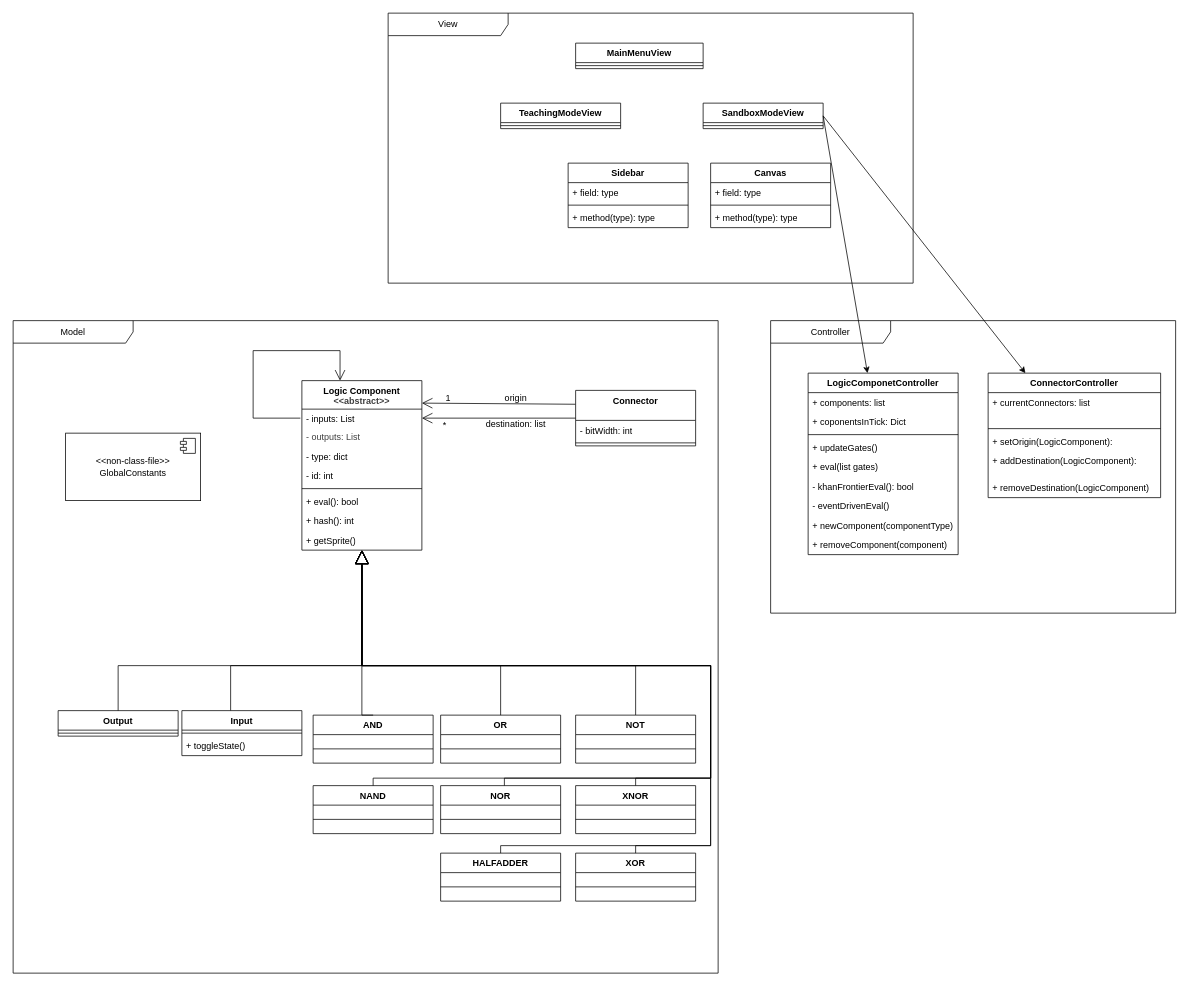
The draw.io diagram classDiagram.drawio in Vlogenz/ICT-Project, before the edit. Source tidied: cells renumbered, new cells numbered last; positions are measured from the earlier drawing's top-left corner, leaving out a move shared by most shapes. Both pictures are drawn from the tidied source at 75%, with x=0, y=0 at pixel (13, 13).
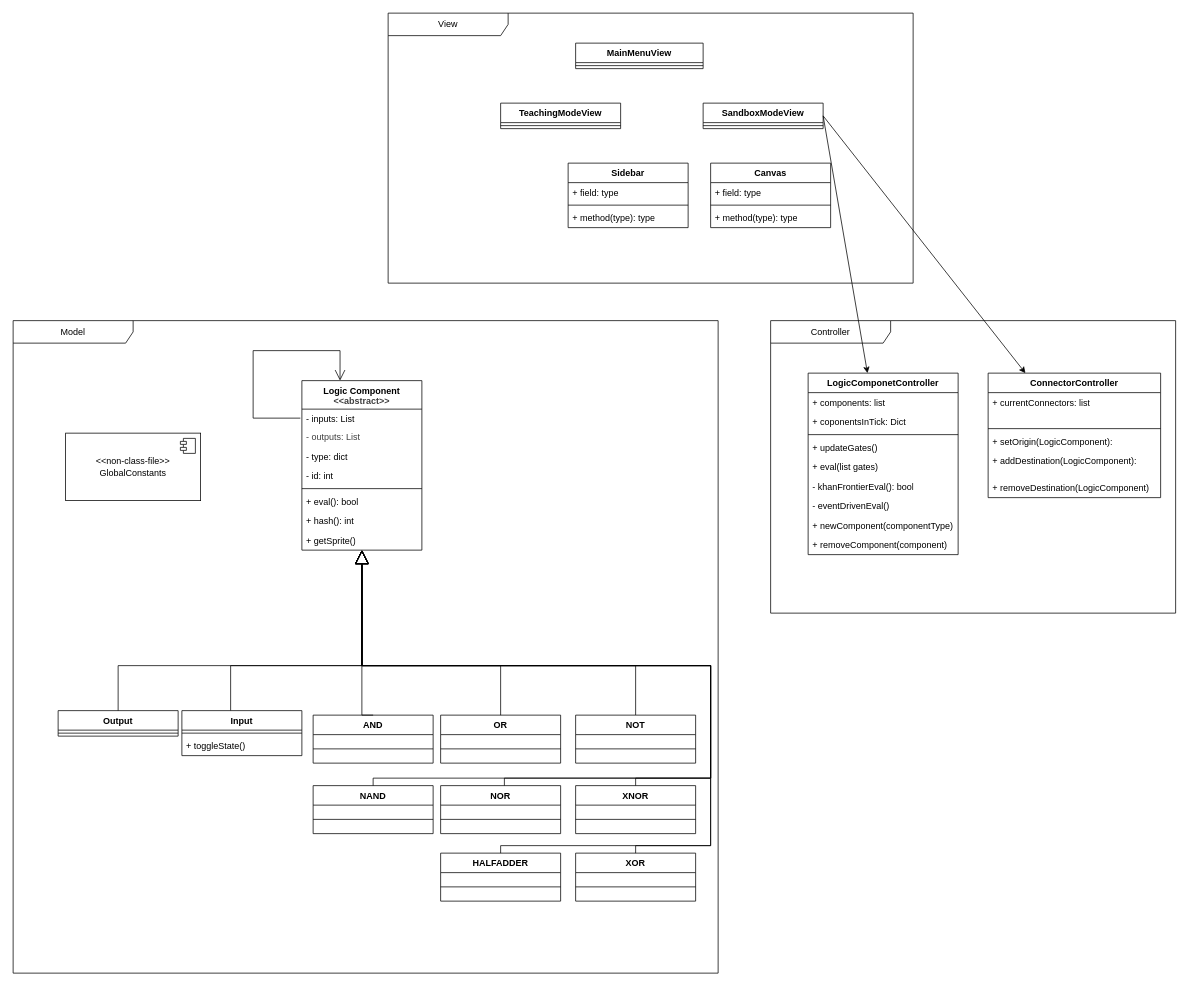
The same page after the edit.

Commit message:
updated Class Diagram

Unchanged cells that the change refers to:
```xml
<mxCell id="11" value="- inputs: List" style="text;strokeColor=none;fillColor=none;align=left;verticalAlign=top;spacingLeft=4;spacingRight=4;overflow=hidden;points=[[0,0.5],[1,0.5]];portConstraint=eastwest;whiteSpace=wrap;html=1;" parent="10" vertex="1">
  <mxGeometry y="38" width="160" height="24" as="geometry" />
</mxCell>
<mxCell id="20" value="Model" style="shape=umlFrame;whiteSpace=wrap;html=1;width=160;" parent="1" vertex="1">
  <mxGeometry y="410" width="940" height="870" as="geometry" />
</mxCell>
```

The edit, as a diff of the source:
```diff
@@
-    <mxCell id="21" style="endArrow=open;endFill=1;endSize=12;html=1;exitX=0;exitY=0.25;exitDx=0;exitDy=0;" parent="20" edge="1" source="27">
-      <mxGeometry relative="1" as="geometry">
-        <mxPoint x="545" y="110" as="targetPoint" />
-      </mxGeometry>
-    </mxCell>
-    <mxCell id="22" value="origin" style="text;html=1;align=center;verticalAlign=middle;strokeColor=none;fillColor=none;" parent="20" vertex="1">
-      <mxGeometry x="645" y="88" width="50" height="30" as="geometry" />
-    </mxCell>
-    <mxCell id="23" value="destination: list" style="text;html=1;align=center;verticalAlign=middle;strokeColor=none;fillColor=none;" parent="20" vertex="1">
-      <mxGeometry x="620" y="123" width="100" height="30" as="geometry" />
-    </mxCell>
-    <mxCell id="24" value="*" style="text;html=1;align=center;verticalAlign=middle;strokeColor=none;fillColor=none;" parent="20" vertex="1">
-      <mxGeometry x="560" y="124" width="30" height="30" as="geometry" />
-    </mxCell>
@@
-    <mxCell id="27" value="Connector" style="swimlane;fontStyle=1;align=center;verticalAlign=top;horizontal=1;startSize=40;whiteSpace=wrap;html=1;" parent="20" vertex="1">
-      <mxGeometry x="750" y="93" width="160" height="74" as="geometry" />
-    </mxCell>
-    <mxCell id="28" value="- bitWidth: int" style="text;strokeColor=none;fillColor=none;align=left;verticalAlign=top;spacingLeft=4;spacingRight=4;overflow=hidden;whiteSpace=wrap;html=1;" parent="27" vertex="1">
-      <mxGeometry y="40" width="160" height="26" as="geometry" />
-    </mxCell>
-    <mxCell id="29" style="line;strokeWidth=1;fillColor=none;align=left;verticalAlign=middle;spacingTop=-1;spacingLeft=3;spacingRight=3;labelPosition=right;strokeColor=inherit;" parent="27" vertex="1">
-      <mxGeometry y="66" width="160" height="8" as="geometry" />
-    </mxCell>
@@
-    <mxCell id="46" value="1" style="text;html=1;align=center;verticalAlign=middle;strokeColor=none;fillColor=none;" parent="1" vertex="1">
-      <mxGeometry x="565" y="498" width="30" height="30" as="geometry" />
-    </mxCell>
-    <mxCell id="47" style="endArrow=open;endFill=1;endSize=12;html=1;entryX=1;entryY=0.5;entryDx=0;entryDy=0;" parent="1" edge="1" source="27" target="11">
-      <mxGeometry relative="1" as="geometry" />
-    </mxCell>
```
